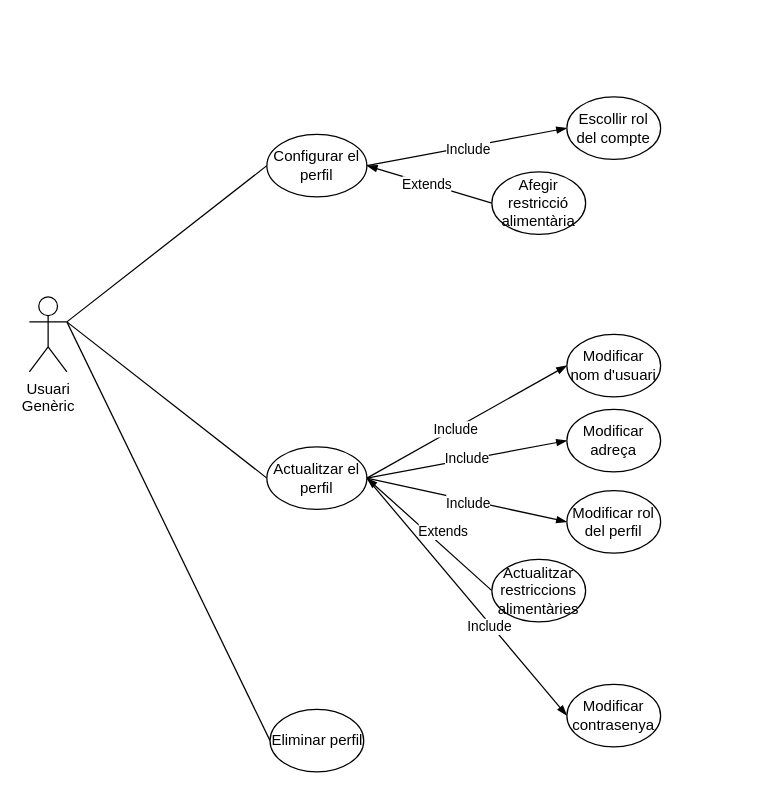
The draw.io diagram Diagrames/Diagrames cas de ús/Diagrames per perfil/UML-Casdus-Generic.drawio.xml in MarcelPainos/ES26UAB-431-12, before the edit. Source tidied: cells renumbered, new cells numbered last; positions are measured from the earlier drawing's top-left corner, leaving out a move shared by most shapes. Both pictures are drawn from the tidied source at 125%, with x=0, y=0 at pixel (29, 96).
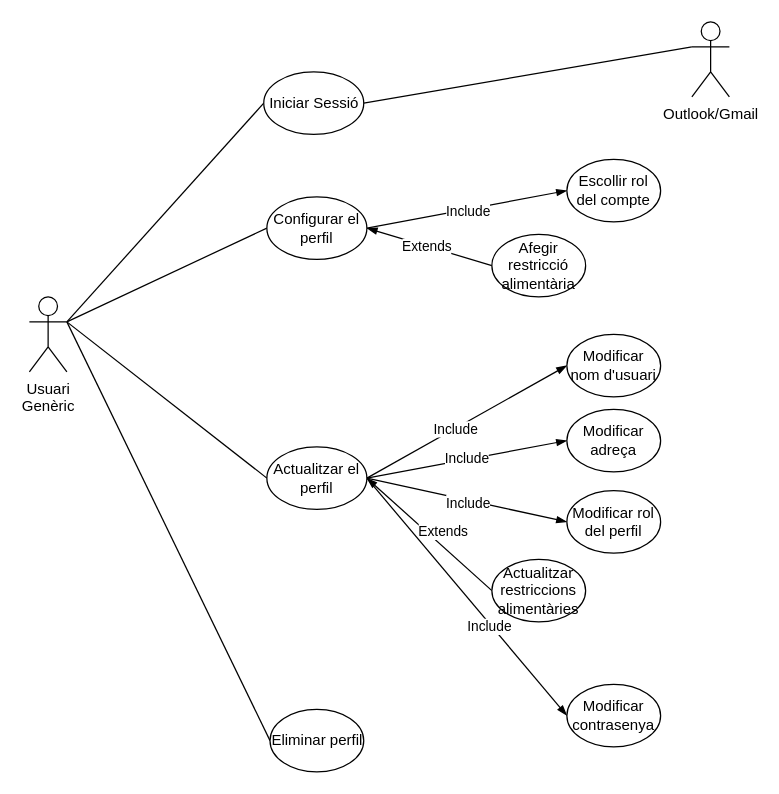
After the change.

The change refers to these unchanged cells:
```xml
<mxCell id="3" value="Usuari&lt;div&gt;Genèric&lt;/div&gt;" style="shape=umlActor;verticalLabelPosition=bottom;verticalAlign=top;html=1;outlineConnect=0;" parent="1" vertex="1">
  <mxGeometry y="160" width="30" height="60" as="geometry" />
</mxCell>
```

The edit, as a diff of the source:
```diff
@@
+    <mxCell id="30" style="rounded=0;jettySize=auto;html=1;exitX=1;exitY=0.3333333333333333;exitDx=0;exitDy=0;exitPerimeter=0;entryX=0;entryY=0.5;entryDx=0;entryDy=0;endArrow=none;endFill=0;" parent="1" edge="1" source="3" target="31">
+      <mxGeometry relative="1" as="geometry" />
+    </mxCell>
@@
     <mxCell id="8" value="Configurar el perfil" style="ellipse;whiteSpace=wrap;html=1;" parent="1" vertex="1">
-      <mxGeometry x="190" y="30" width="80" height="50" as="geometry" />
+      <mxGeometry x="190" y="80" width="80" height="50" as="geometry" />
     </mxCell>
     <mxCell id="9" value="Escollir rol del compte" style="ellipse;whiteSpace=wrap;html=1;" parent="1" vertex="1">
-      <mxGeometry x="430" width="75" height="50" as="geometry" />
+      <mxGeometry x="430" y="50" width="75" height="50" as="geometry" />
     </mxCell>
     <mxCell id="10" value="Afegir restricció alimentària" style="ellipse;whiteSpace=wrap;html=1;" parent="1" vertex="1">
-      <mxGeometry x="370" y="60" width="75" height="50" as="geometry" />
+      <mxGeometry x="370" y="110" width="75" height="50" as="geometry" />
     </mxCell>
@@
+    <mxCell id="31" value="Iniciar Sessió" style="ellipse;whiteSpace=wrap;html=1;" parent="1" vertex="1">
+      <mxGeometry x="187.5" y="-20" width="80" height="50" as="geometry" />
+    </mxCell>
+    <mxCell id="32" value="Outlook/Gmail" style="shape=umlActor;verticalLabelPosition=bottom;verticalAlign=top;html=1;outlineConnect=0;" parent="1" vertex="1">
+      <mxGeometry x="530" y="-60" width="30" height="60" as="geometry" />
+    </mxCell>
+    <mxCell id="33" style="rounded=0;jettySize=auto;html=1;exitX=1;exitY=0.5;exitDx=0;exitDy=0;entryX=0;entryY=0.3333333333333333;entryDx=0;entryDy=0;entryPerimeter=0;endArrow=none;endFill=0;" parent="1" edge="1" source="31" target="32">
+      <mxGeometry relative="1" as="geometry" />
+    </mxCell>
```
